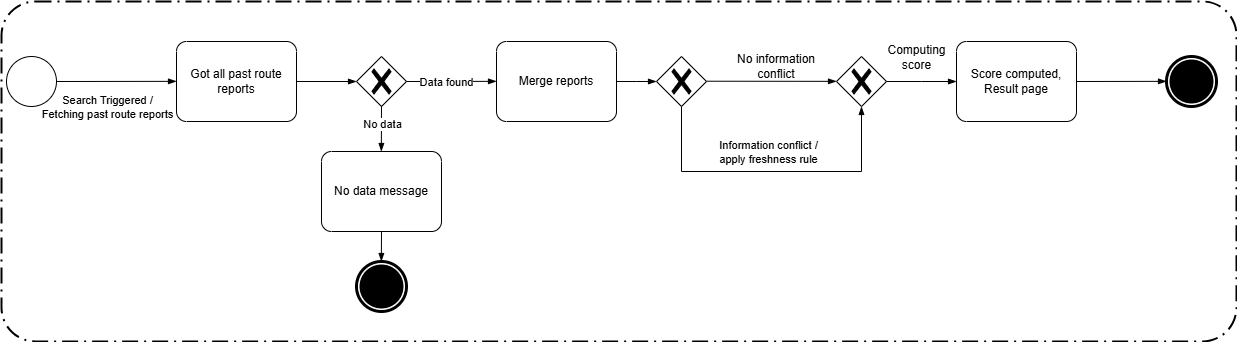
Earlier version of the draw.io export RASD/LaTeXCode/images/StateDiagrams/Scoring&MergingLogic.drawio.png (jacopobellosi/Bellosi-Montanelli-Tempobono). Source tidied: cells renumbered, new cells last; positions are measured from the earlier drawing's top-left corner, leaving out a move shared by most shapes.
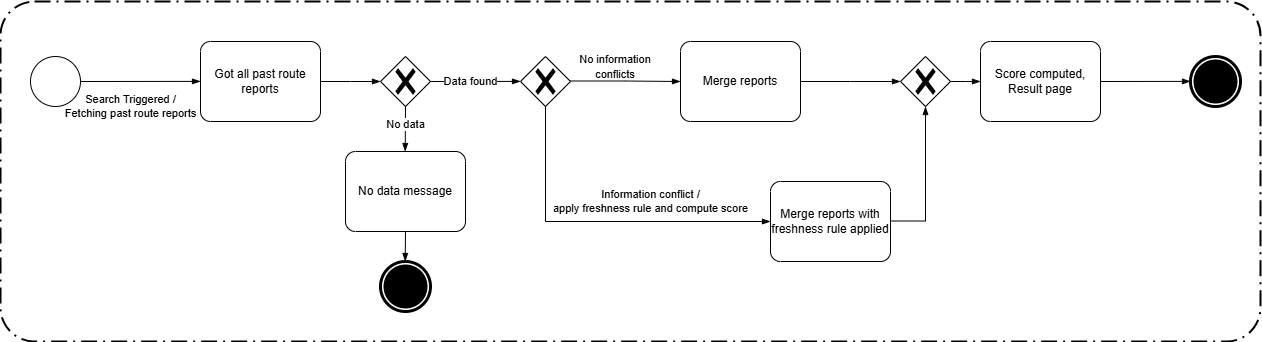
After the change.

What changed in the source:
```diff
@@ -2,6 +2,9 @@
   <root>
     <mxCell id="0" />
     <mxCell id="1" parent="0" />
+    <mxCell id="15" style="rounded=1;arcSize=10;dashed=1;fillColor=none;gradientColor=none;dashPattern=8 3 1 3;strokeWidth=2;whiteSpace=wrap;html=1;" parent="1" vertex="1">
+      <mxGeometry x="-25" width="1260" height="340" as="geometry" />
+    </mxCell>
     <mxCell id="2" value="Got all past route reports" style="points=[[0.25,0,0],[0.5,0,0],[0.75,0,0],[1,0.25,0],[1,0.5,0],[1,0.75,0],[0.75,1,0],[0.5,1,0],[0.25,1,0],[0,0.75,0],[0,0.5,0],[0,0.25,0]];shape=mxgraph.bpmn.task2;whiteSpace=wrap;rectStyle=rounded;size=10;html=1;taskMarker=abstract;" parent="1" vertex="1">
       <mxGeometry x="175" y="40" width="120" height="80" as="geometry" />
     </mxCell>
@@ -49,50 +52,20 @@
       </mxGeometry>
     </mxCell>
     <mxCell id="14" value="Merge reports" style="points=[[0.25,0,0],[0.5,0,0],[0.75,0,0],[1,0.25,0],[1,0.5,0],[1,0.75,0],[0.75,1,0],[0.5,1,0],[0.25,1,0],[0,0.75,0],[0,0.5,0],[0,0.25,0]];shape=mxgraph.bpmn.task2;whiteSpace=wrap;rectStyle=rounded;size=10;html=1;taskMarker=abstract;" parent="1" vertex="1">
-      <mxGeometry x="495" y="40" width="120" height="80" as="geometry" />
+      <mxGeometry x="655" y="40" width="120" height="80" as="geometry" />
     </mxCell>
-    <mxCell id="15" style="rounded=1;arcSize=10;dashed=1;fillColor=none;gradientColor=none;dashPattern=8 3 1 3;strokeWidth=2;whiteSpace=wrap;html=1;" parent="14" vertex="1">
-      <mxGeometry x="-495" y="-40" width="1235" height="340" as="geometry" />
-    </mxCell>
+    <mxCell id="29" style="edgeStyle=elbowEdgeStyle;fontSize=12;html=1;endArrow=blockThin;endFill=1;rounded=0;" parent="14" edge="1">
+      <mxGeometry relative="1" as="geometry">
+        <mxPoint x="-110" y="39.5" as="sourcePoint" />
+        <mxPoint y="40" as="targetPoint" />
+      </mxGeometry>
+    </mxCell>
     <mxCell id="16" value="&lt;div style=&quot;&quot;&gt;&lt;span style=&quot;&quot;&gt;Score computed, Result page&lt;/span&gt;&lt;/div&gt;" style="points=[[0.25,0,0],[0.5,0,0],[0.75,0,0],[1,0.25,0],[1,0.5,0],[1,0.75,0],[0.75,1,0],[0.5,1,0],[0.25,1,0],[0,0.75,0],[0,0.5,0],[0,0.25,0]];shape=mxgraph.bpmn.task2;whiteSpace=wrap;rectStyle=rounded;size=10;html=1;taskMarker=abstract;align=center;" parent="1" vertex="1">
       <mxGeometry x="955" y="40" width="120" height="80" as="geometry" />
     </mxCell>
-    <mxCell id="17" style="edgeStyle=elbowEdgeStyle;fontSize=12;html=1;endArrow=blockThin;endFill=1;rounded=0;exitX=1;exitY=0.5;exitDx=0;exitDy=0;exitPerimeter=0;" parent="16" edge="1" source="24">
-      <mxGeometry relative="1" as="geometry">
-        <mxPoint y="40" as="targetPoint" />
-      </mxGeometry>
-    </mxCell>
-    <mxCell id="18" value="&lt;span style=&quot;font-size: 12px; text-wrap-mode: wrap;&quot;&gt;Computing score&lt;/span&gt;" style="edgeLabel;html=1;align=center;verticalAlign=middle;" parent="17" vertex="1">
-      <mxGeometry x="-0.28" relative="1" as="geometry">
-        <mxPoint x="5" y="-25" as="offset" />
-      </mxGeometry>
-    </mxCell>
-    <mxCell id="19" style="points=[[0.25,0.25,0],[0.5,0,0],[0.75,0.25,0],[1,0.5,0],[0.75,0.75,0],[0.5,1,0],[0.25,0.75,0],[0,0.5,0]];shape=mxgraph.bpmn.gateway2;html=1;verticalLabelPosition=bottom;labelBackgroundColor=#ffffff;verticalAlign=top;align=center;perimeter=rhombusPerimeter;outlineConnect=0;outline=none;symbol=none;gwType=exclusive;" parent="1" vertex="1">
-      <mxGeometry x="655" y="55" width="50" height="50" as="geometry" />
-    </mxCell>
-    <mxCell id="20" style="edgeStyle=elbowEdgeStyle;fontSize=12;html=1;endArrow=blockThin;endFill=1;rounded=0;exitX=1;exitY=0.5;exitDx=0;exitDy=0;exitPerimeter=0;entryX=0;entryY=0.5;entryDx=0;entryDy=0;entryPerimeter=0;" parent="1" edge="1" source="14" target="19">
+    <mxCell id="20" style="edgeStyle=elbowEdgeStyle;fontSize=12;html=1;endArrow=blockThin;endFill=1;rounded=0;exitX=1;exitY=0.5;exitDx=0;exitDy=0;exitPerimeter=0;entryX=0;entryY=0.5;entryDx=0;entryDy=0;entryPerimeter=0;" parent="1" edge="1" source="35" target="16">
       <mxGeometry relative="1" as="geometry" />
     </mxCell>
-    <mxCell id="21" style="edgeStyle=elbowEdgeStyle;fontSize=12;html=1;endArrow=blockThin;endFill=1;rounded=0;exitX=0.5;exitY=1;exitDx=0;exitDy=0;exitPerimeter=0;entryX=0.5;entryY=1;entryDx=0;entryDy=0;entryPerimeter=0;" parent="1" edge="1" source="19" target="24">
-      <mxGeometry relative="1" as="geometry">
-        <Array as="points">
-          <mxPoint x="770" y="170" />
-        </Array>
-      </mxGeometry>
-    </mxCell>
-    <mxCell id="22" value="Information conflict / &lt;br&gt;apply freshness rule" style="edgeLabel;html=1;align=center;verticalAlign=middle;" parent="21" vertex="1">
-      <mxGeometry x="-0.38" y="2" relative="1" as="geometry">
-        <mxPoint x="54" y="-18" as="offset" />
-      </mxGeometry>
-    </mxCell>
-    <mxCell id="23" style="edgeStyle=elbowEdgeStyle;fontSize=12;html=1;endArrow=blockThin;endFill=1;rounded=0;entryX=0;entryY=0.5;entryDx=0;entryDy=0;entryPerimeter=0;elbow=vertical;" parent="1" edge="1" target="24">
-      <mxGeometry relative="1" as="geometry">
-        <mxPoint x="705" y="79.7" as="sourcePoint" />
-      </mxGeometry>
-    </mxCell>
-    <mxCell id="24" style="points=[[0.25,0.25,0],[0.5,0,0],[0.75,0.25,0],[1,0.5,0],[0.75,0.75,0],[0.5,1,0],[0.25,0.75,0],[0,0.5,0]];shape=mxgraph.bpmn.gateway2;html=1;verticalLabelPosition=bottom;labelBackgroundColor=#ffffff;verticalAlign=top;align=center;perimeter=rhombusPerimeter;outlineConnect=0;outline=none;symbol=none;gwType=exclusive;" parent="1" vertex="1">
-      <mxGeometry x="835" y="55" width="50" height="50" as="geometry" />
-    </mxCell>
     <mxCell id="25" style="edgeStyle=elbowEdgeStyle;fontSize=12;html=1;endArrow=blockThin;endFill=1;rounded=0;exitX=1;exitY=0.5;exitDx=0;exitDy=0;exitPerimeter=0;entryX=0;entryY=0.5;entryDx=0;entryDy=0;entryPerimeter=0;elbow=vertical;" parent="1" edge="1" source="16" target="26">
       <mxGeometry relative="1" as="geometry" />
     </mxCell>
@@ -102,8 +75,39 @@
     <mxCell id="27" style="shape=mxgraph.bpmn.event;html=1;verticalLabelPosition=bottom;labelBackgroundColor=#ffffff;verticalAlign=top;align=center;perimeter=ellipsePerimeter;outline=standard;symbol=general;" parent="1" vertex="1">
       <mxGeometry x="5" y="55" width="50" height="50" as="geometry" />
     </mxCell>
-    <mxCell id="28" value="No information conflict" style="text;html=1;whiteSpace=wrap;strokeColor=none;fillColor=none;align=center;verticalAlign=middle;rounded=0;" parent="1" vertex="1">
-      <mxGeometry x="725" y="50" width="100" height="30" as="geometry" />
-    </mxCell>
+    <mxCell id="30" value="Information conflict / &lt;br&gt;apply freshness rule and compute score" style="edgeLabel;html=1;align=center;verticalAlign=middle;" parent="1" vertex="1">
+      <mxGeometry x="625" y="200" as="geometry" />
+    </mxCell>
+    <mxCell id="31" style="points=[[0.25,0.25,0],[0.5,0,0],[0.75,0.25,0],[1,0.5,0],[0.75,0.75,0],[0.5,1,0],[0.25,0.75,0],[0,0.5,0]];shape=mxgraph.bpmn.gateway2;html=1;verticalLabelPosition=bottom;labelBackgroundColor=#ffffff;verticalAlign=top;align=center;perimeter=rhombusPerimeter;outlineConnect=0;outline=none;symbol=none;gwType=exclusive;" parent="1" vertex="1">
+      <mxGeometry x="495" y="55" width="50" height="50" as="geometry" />
+    </mxCell>
+    <mxCell id="32" value="Merge reports with freshness rule applied" style="shape=mxgraph.bpmn.task2;whiteSpace=wrap;rectStyle=rounded;size=10;html=1;taskMarker=abstract;" parent="1" vertex="1">
+      <mxGeometry x="745" y="180" width="120" height="80" as="geometry" />
+    </mxCell>
+    <mxCell id="33" style="edgeStyle=elbowEdgeStyle;fontSize=12;html=1;endArrow=blockThin;endFill=1;rounded=0;exitX=0.5;exitY=1;exitDx=0;exitDy=0;exitPerimeter=0;elbow=vertical;" parent="32" edge="1" source="31">
+      <mxGeometry relative="1" as="geometry">
+        <mxPoint y="40" as="targetPoint" />
+        <Array as="points">
+          <mxPoint x="-67" y="40" />
+        </Array>
+      </mxGeometry>
+    </mxCell>
+    <mxCell id="34" style="edgeStyle=elbowEdgeStyle;fontSize=12;html=1;endArrow=blockThin;endFill=1;rounded=0;exitX=1;exitY=0.5;exitDx=0;exitDy=0;exitPerimeter=0;entryX=0;entryY=0.5;entryDx=0;entryDy=0;entryPerimeter=0;" parent="1" edge="1" source="14" target="35">
+      <mxGeometry relative="1" as="geometry" />
+    </mxCell>
+    <mxCell id="35" style="points=[[0.25,0.25,0],[0.5,0,0],[0.75,0.25,0],[1,0.5,0],[0.75,0.75,0],[0.5,1,0],[0.25,0.75,0],[0,0.5,0]];shape=mxgraph.bpmn.gateway2;html=1;verticalLabelPosition=bottom;labelBackgroundColor=#ffffff;verticalAlign=top;align=center;perimeter=rhombusPerimeter;outlineConnect=0;outline=none;symbol=none;gwType=exclusive;" parent="1" vertex="1">
+      <mxGeometry x="875" y="55" width="50" height="50" as="geometry" />
+    </mxCell>
+    <mxCell id="36" style="edgeStyle=elbowEdgeStyle;fontSize=12;html=1;endArrow=blockThin;endFill=1;rounded=0;entryX=0.5;entryY=1;entryDx=0;entryDy=0;entryPerimeter=0;" parent="1" edge="1" target="35">
+      <mxGeometry relative="1" as="geometry">
+        <mxPoint x="865" y="219.5" as="sourcePoint" />
+        <Array as="points">
+          <mxPoint x="900" y="160" />
+        </Array>
+      </mxGeometry>
+    </mxCell>
+    <mxCell id="37" value="&lt;font style=&quot;font-size: 11px;&quot;&gt;No information conflicts&lt;/font&gt;" style="text;html=1;strokeColor=none;fillColor=none;align=center;verticalAlign=middle;whiteSpace=wrap;rounded=0;" parent="1" vertex="1">
+      <mxGeometry x="535" y="50" width="110" height="30" as="geometry" />
+    </mxCell>
   </root>
 </mxGraphModel>
```
